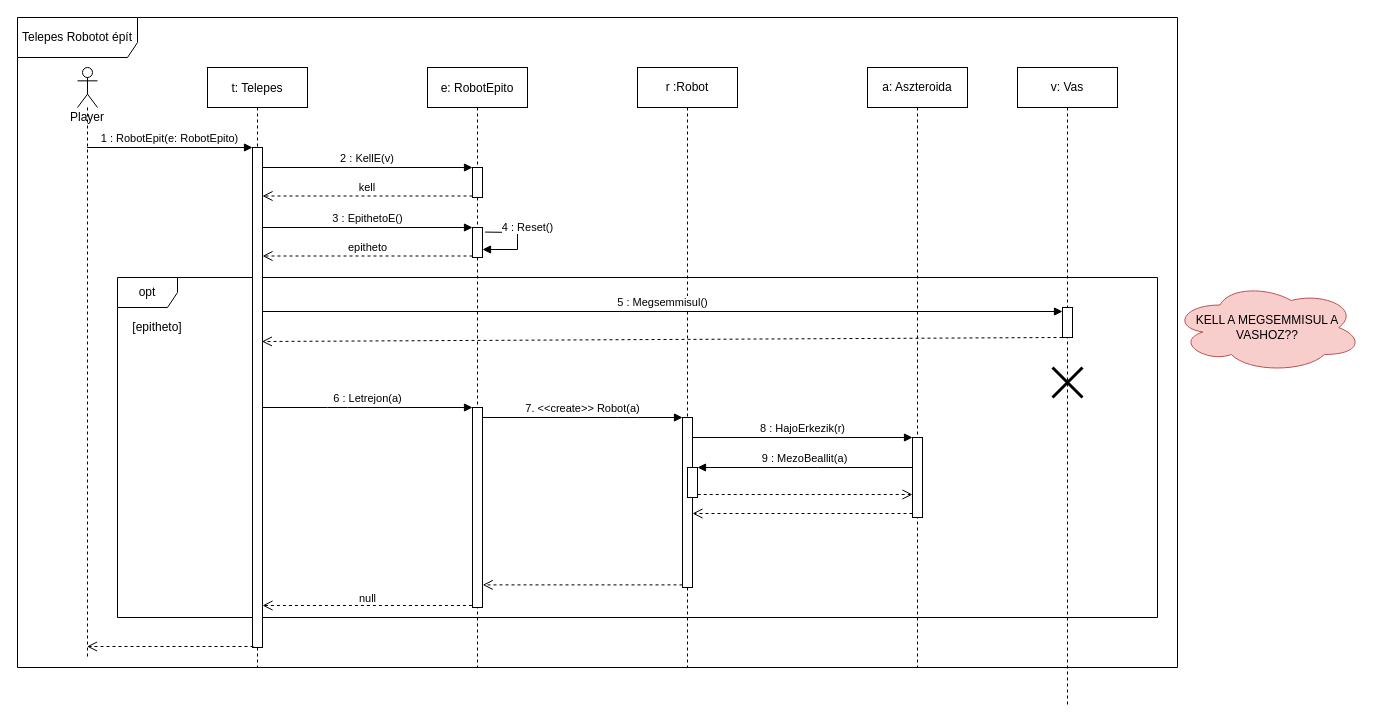
The draw.io diagram doc/szekvencia/szek_UJ_TelepesRobototEpit.drawio in torpeBoiGo/aszteroidabanyaszat, before the edit. Source tidied: cells renumbered, new cells numbered last; positions are measured from the earlier drawing's top-left corner, leaving out a move shared by most shapes. Both pictures are drawn from the tidied source at 100%, with x=0, y=0 at pixel (17, 17).
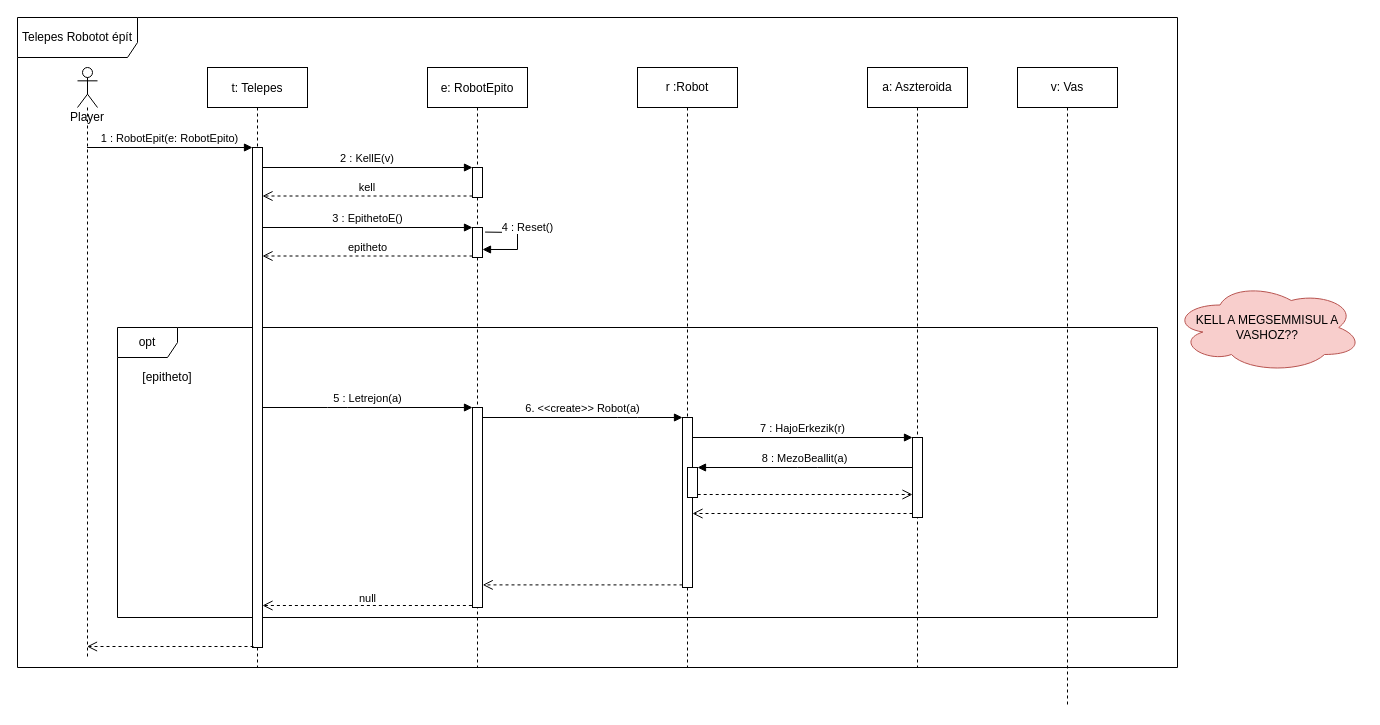
After the change.

The change refers to these unchanged cells:
```xml
<mxCell id="7" style="html=1;points=[];perimeter=orthogonalPerimeter;" parent="5" vertex="1">
  <mxGeometry x="45" y="80" width="10" height="500" as="geometry" />
</mxCell>
<mxCell id="11" style="html=1;points=[];perimeter=orthogonalPerimeter;" parent="8" vertex="1">
  <mxGeometry x="45" y="340" width="10" height="200" as="geometry" />
</mxCell>
<mxCell id="18" style="html=1;points=[];perimeter=orthogonalPerimeter;" parent="17" vertex="1">
  <mxGeometry x="45" y="370" width="10" height="80" as="geometry" />
</mxCell>
<mxCell id="28" style="html=1;points=[];perimeter=orthogonalPerimeter;" parent="27" vertex="1">
  <mxGeometry x="45" y="350" width="10" height="170" as="geometry" />
</mxCell>
<mxCell id="29" style="html=1;points=[];perimeter=orthogonalPerimeter;" parent="27" vertex="1">
  <mxGeometry x="50" y="400" width="10" height="30" as="geometry" />
</mxCell>
<mxCell id="33" value="v: Vas" style="shape=umlLifeline;perimeter=lifelinePerimeter;whiteSpace=wrap;html=1;" parent="1" vertex="1">
  <mxGeometry x="1000" y="50" width="100" height="640" as="geometry" />
</mxCell>
```

What changed in the source:
```diff
@@
     <mxCell id="3" value="opt" style="shape=umlFrame;whiteSpace=wrap;html=1;" parent="1" vertex="1">
-      <mxGeometry x="100" y="260" width="1040" height="340" as="geometry" />
+      <mxGeometry x="100" y="310" width="1040" height="290" as="geometry" />
     </mxCell>
@@
     <mxCell id="15" value="[epitheto]" style="text;html=1;strokeColor=none;fillColor=none;align=center;verticalAlign=middle;whiteSpace=wrap;rounded=0;" parent="1" vertex="1">
-      <mxGeometry x="120" y="300" width="40" height="20" as="geometry" />
+      <mxGeometry x="130" y="350" width="40" height="20" as="geometry" />
     </mxCell>
@@
-    <mxCell id="19" value="8 : HajoErkezik(r)" style="html=1;verticalAlign=bottom;endArrow=block;entryX=0;entryY=0;" parent="1" edge="1" source="28" target="18">
+    <mxCell id="19" value="7 : HajoErkezik(r)" style="html=1;verticalAlign=bottom;endArrow=block;entryX=0;entryY=0;" parent="1" edge="1" source="28" target="18">
       <mxGeometry relative="1" as="geometry" />
     </mxCell>
@@
-    <mxCell id="21" value="9 : MezoBeallit(a)" style="html=1;verticalAlign=bottom;endArrow=block;" parent="1" edge="1" source="18" target="29">
+    <mxCell id="21" value="8 : MezoBeallit(a)" style="html=1;verticalAlign=bottom;endArrow=block;" parent="1" edge="1" source="18" target="29">
       <mxGeometry relative="1" as="geometry">
         <Array as="points">
           <mxPoint x="790" y="450" />
         </Array>
       </mxGeometry>
     </mxCell>
@@
-    <mxCell id="24" value="6 : Letrejon(a)" style="html=1;verticalAlign=bottom;endArrow=block;entryX=0;entryY=0;" parent="1" edge="1" source="7" target="11">
+    <mxCell id="24" value="5 : Letrejon(a)" style="html=1;verticalAlign=bottom;endArrow=block;entryX=0;entryY=0;" parent="1" edge="1" source="7" target="11">
       <mxGeometry relative="1" as="geometry">
         <Array as="points">
           <mxPoint x="320" y="390" />
         </Array>
       </mxGeometry>
     </mxCell>
@@
-    <mxCell id="30" value="7. &amp;lt;&amp;lt;create&amp;gt;&amp;gt; Robot(a)" style="html=1;verticalAlign=bottom;endArrow=block;strokeColor=#000000;" parent="1" edge="1" source="11" target="28">
+    <mxCell id="30" value="6. &amp;lt;&amp;lt;create&amp;gt;&amp;gt; Robot(a)" style="html=1;verticalAlign=bottom;endArrow=block;strokeColor=#000000;" parent="1" edge="1" source="11" target="28">
       <mxGeometry relative="1" as="geometry">
         <Array as="points">
           <mxPoint x="610" y="400" />
         </Array>
       </mxGeometry>
     </mxCell>
@@
-    <mxCell id="34" style="html=1;points=[];perimeter=orthogonalPerimeter;" parent="33" vertex="1">
-      <mxGeometry x="45" y="240" width="10" height="30" as="geometry" />
-    </mxCell>
-    <mxCell id="35" style="shape=umlDestroy;whiteSpace=wrap;html=1;strokeWidth=3;" parent="33" vertex="1">
-      <mxGeometry x="35" y="300" width="30" height="30" as="geometry" />
-    </mxCell>
@@
-    <mxCell id="37" value="5 : Megsemmisul()" style="html=1;verticalAlign=bottom;endArrow=block;exitX=1.02;exitY=0.328;exitDx=0;exitDy=0;exitPerimeter=0;" parent="1" edge="1" source="7" target="34">
-      <mxGeometry relative="1" as="geometry" />
-    </mxCell>
-    <mxCell id="38" style="html=1;verticalAlign=bottom;endArrow=open;dashed=1;endSize=8;entryX=0.94;entryY=0.388;entryDx=0;entryDy=0;entryPerimeter=0;" parent="1" edge="1" source="34" target="7">
-      <mxGeometry relative="1" as="geometry" />
-    </mxCell>
```
